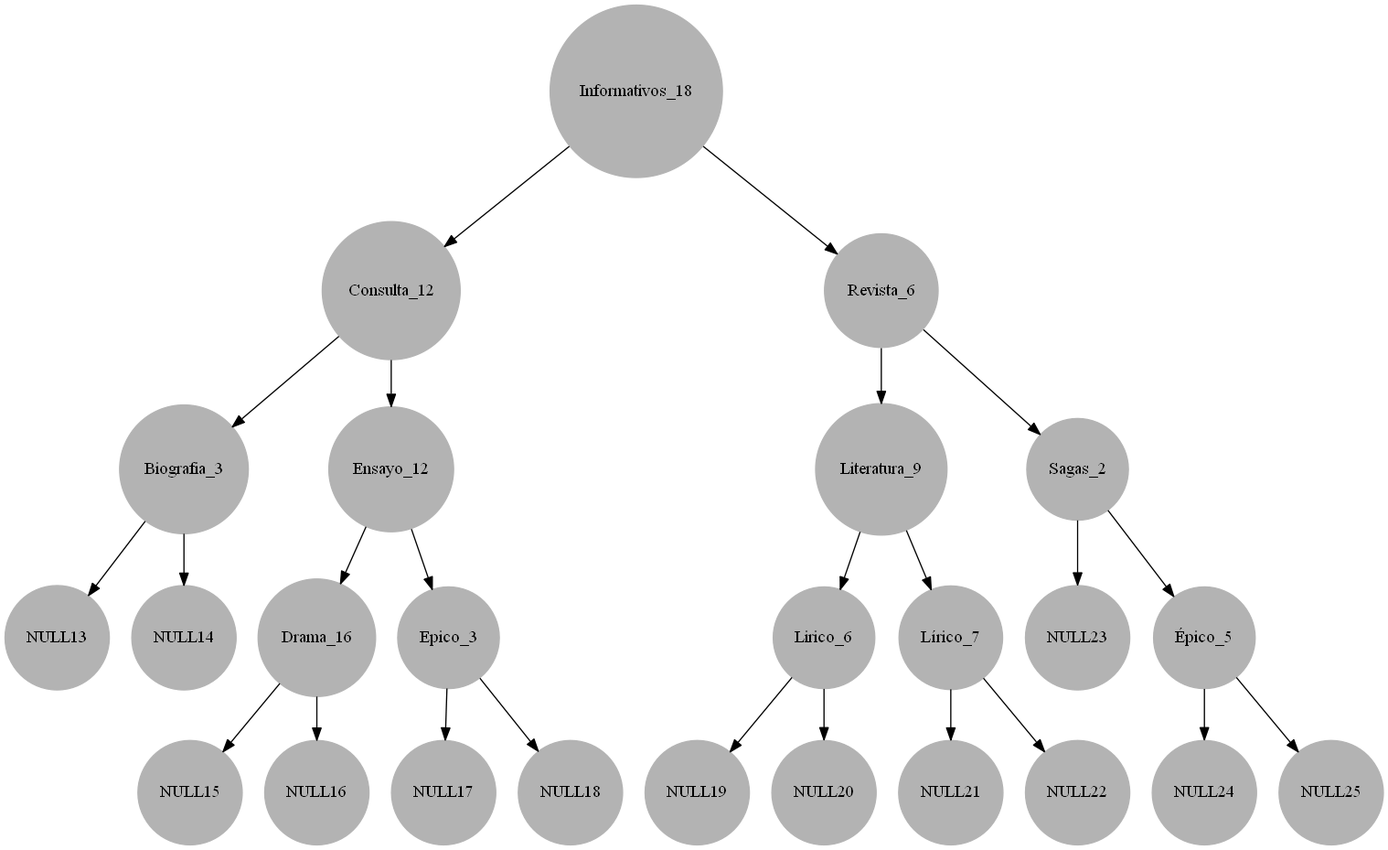
Above: Reporte.png in loumisha96/EDD_1S2020_PY2_201602935 (Graphviz), before the change. Its source is kept beside it as Reporte.dot.
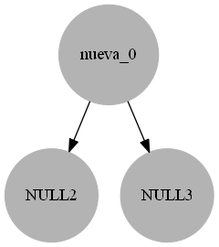
The same file after the commit.

The edit, as a diff of the source:
```diff
@@ -1,15 +1,4 @@
-digraph G{node[shape=record, style=filled, color = Gray70];
-node10795:f0->node10793;
-
-node10795:f1->node10797;
-
-node10795:f2->node10855;
-
-node10795:f3->node10858;
-
-node10795[label = "<f0>Viajar es vivir (parábola imperfecta) / Juan José Arévalo Bermejo.(10795)|<f0>Historia de la provincia de San Vicente de Chiapa y Guatemala de la orden de Predicadores(10854)|<f0>Communicating through letters and reports(10857)"];
-node10793[label = "<f0>El misterio de María(10793)|<f0>Mil quinientas [1,500]... máximas y sentencias de los más destacados filósofos de todos los tiempos(10794)"];
-node10797[label = "<f0>El misterio de la vida(10797)|<f0>María Chapdelaine(10798)"];
-node10855[label = "<f0>Descripción geográfico-moral de la diócesis de Goathemala, v 1(10855)|<f0>Descripción geográfico-moral de la diócesis de Goathemala, v 2(10856)"];
-node10858[label = "<f0>Aprender a dibujar : un método garantizado(10858)|<f0>Desarrollo organizacional : estrategias de interrelación humana para el desarrollo de organizaciones v 2 : Desarrollo organizacional: estrategias y modelos(10939)|<f0>Desarrollo organizacional : estrategias de interrelación humana para el desarrollo de organizaciones v 3 El modelo de cuadro organizacional GRID(10940)"];
+digraph G{node[shape=circle, style=filled, color = Gray70];
+nueva_0->NULL2
+nueva_0->NULL3
 }
```
